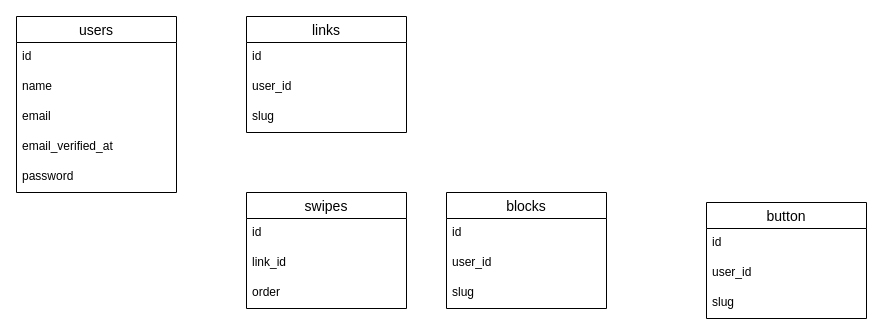
frecautanigor/frecautanigor.github.io keeps this draw.io diagram as UniLink.drawio. Above is the earlier version. Source tidied: cells renumbered, new cells numbered last; positions are measured from the earlier drawing's top-left corner, leaving out a move shared by most shapes. Both pictures are drawn from the tidied source at 100%, with x=0, y=0 at pixel (16, 16).
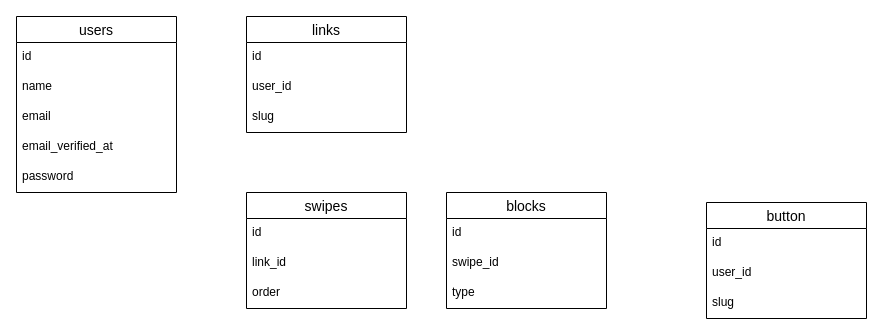
The same page after the edit.

The change refers to these unchanged cells:
```xml
<mxCell id="16" value="blocks" style="swimlane;fontStyle=0;horizontal=1;startSize=26;align=center;fontSize=14;" parent="1" vertex="1">
  <mxGeometry x="430" y="176" width="160" height="116" as="geometry" />
</mxCell>
```

The edit, as a diff of the source:
```diff
@@
-    <mxCell id="18" value="user_id" style="text;strokeColor=none;fillColor=none;spacingLeft=4;spacingRight=4;overflow=hidden;fontSize=12;" parent="16" vertex="1">
+    <mxCell id="18" value="swipe_id" style="text;strokeColor=none;fillColor=none;spacingLeft=4;spacingRight=4;overflow=hidden;fontSize=12;" parent="16" vertex="1">
       <mxGeometry y="56" width="160" height="30" as="geometry" />
     </mxCell>
-    <mxCell id="19" value="slug" style="text;strokeColor=none;fillColor=none;spacingLeft=4;spacingRight=4;overflow=hidden;fontSize=12;" parent="16" vertex="1">
+    <mxCell id="19" value="type" style="text;strokeColor=none;fillColor=none;spacingLeft=4;spacingRight=4;overflow=hidden;fontSize=12;" parent="16" vertex="1">
       <mxGeometry y="86" width="160" height="30" as="geometry" />
     </mxCell>
```
